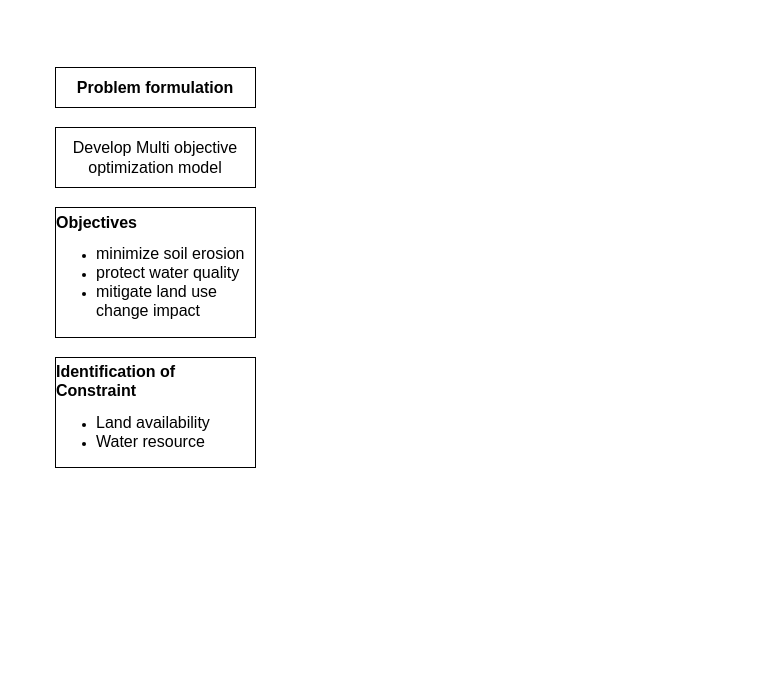
Above: Ojbective4.drawio in yemioke/PRISMA2020 (draw.io), before the change. Source tidied: cells renumbered, new cells numbered last; positions are measured from the earlier drawing's top-left corner, leaving out a move shared by most shapes. Both pictures are drawn from the tidied source at 100%, with x=0, y=0 at pixel (55, 67).
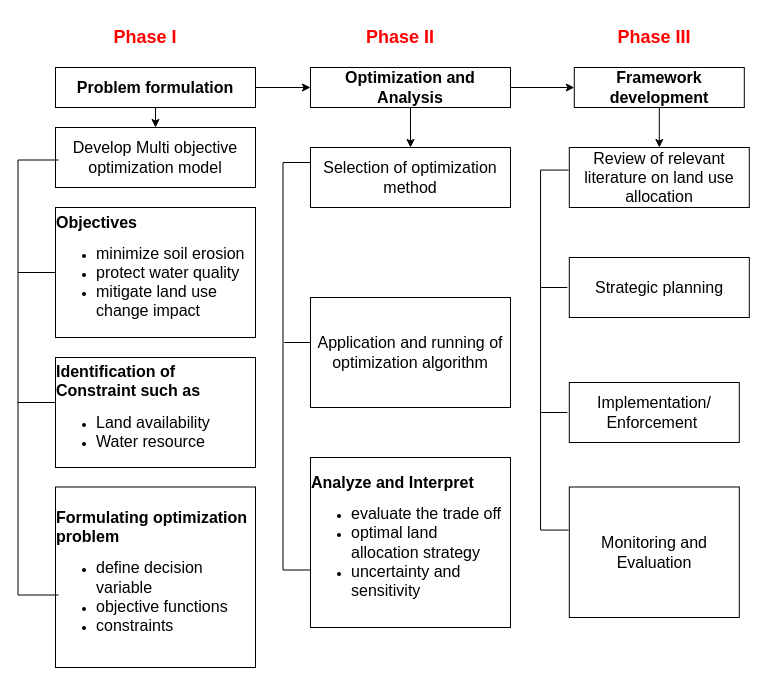
The same diagram, later.

The change refers to these unchanged cells:
```xml
<mxCell id="2" value="&lt;font style=&quot;font-size: 16px;&quot;&gt;Develop Multi objective optimization model&lt;/font&gt;" style="rounded=0;whiteSpace=wrap;html=1;" parent="1" vertex="1">
  <mxGeometry y="60" width="200" height="60" as="geometry" />
</mxCell>
<mxCell id="5" value="&lt;font style=&quot;font-size: 16px;&quot;&gt;&lt;b&gt;Problem formulation&lt;/b&gt;&lt;/font&gt;" style="rounded=0;whiteSpace=wrap;html=1;" parent="1" vertex="1">
  <mxGeometry width="200" height="40" as="geometry" />
</mxCell>
```

The edit, as a diff of the source:
```diff
@@
-    <mxCell id="4" value="&lt;div style=&quot;text-align: left;&quot;&gt;&lt;span style=&quot;font-size: 16px;&quot;&gt;&lt;b&gt;Identification of Constraint&lt;/b&gt;&lt;/span&gt;&lt;/div&gt;&lt;div&gt;&lt;ul&gt;&lt;li style=&quot;text-align: left;&quot;&gt;&lt;span style=&quot;font-size: 16px;&quot;&gt;Land availability&lt;/span&gt;&lt;/li&gt;&lt;li style=&quot;text-align: left;&quot;&gt;&lt;font size=&quot;3&quot;&gt;Water resource&lt;/font&gt;&lt;/li&gt;&lt;/ul&gt;&lt;/div&gt;" style="rounded=0;whiteSpace=wrap;html=1;" parent="1" vertex="1">
+    <mxCell id="4" value="&lt;div style=&quot;text-align: left;&quot;&gt;&lt;span style=&quot;font-size: 16px;&quot;&gt;&lt;b&gt;Identification of Constraint such as&lt;/b&gt;&lt;/span&gt;&lt;/div&gt;&lt;div&gt;&lt;ul&gt;&lt;li style=&quot;text-align: left;&quot;&gt;&lt;span style=&quot;font-size: 16px;&quot;&gt;Land availability&lt;/span&gt;&lt;/li&gt;&lt;li style=&quot;text-align: left;&quot;&gt;&lt;font size=&quot;3&quot;&gt;Water resource&lt;/font&gt;&lt;/li&gt;&lt;/ul&gt;&lt;/div&gt;" style="rounded=0;whiteSpace=wrap;html=1;" parent="1" vertex="1">
       <mxGeometry y="290" width="200" height="110" as="geometry" />
     </mxCell>
+    <mxCell id="6" style="edgeStyle=orthogonalEdgeStyle;rounded=0;jettySize=auto;html=1;exitX=0.5;exitY=1;exitDx=0;exitDy=0;entryX=0.5;entryY=0;entryDx=0;entryDy=0;" parent="1" edge="1" source="5" target="2">
+      <mxGeometry relative="1" as="geometry" />
+    </mxCell>
+    <mxCell id="7" style="edgeStyle=orthogonalEdgeStyle;rounded=0;jettySize=auto;html=1;exitX=1;exitY=0.5;exitDx=0;exitDy=0;" parent="1" edge="1" source="5" target="11">
+      <mxGeometry relative="1" as="geometry" />
+    </mxCell>
@@
+    <mxCell id="8" value="&lt;div style=&quot;text-align: left;&quot;&gt;&lt;span style=&quot;font-size: 16px;&quot;&gt;&lt;b&gt;Formulating optimization problem&lt;/b&gt;&lt;/span&gt;&lt;/div&gt;&lt;div&gt;&lt;ul&gt;&lt;li style=&quot;text-align: left;&quot;&gt;&lt;span style=&quot;font-size: 16px;&quot;&gt;define decision variable&lt;/span&gt;&lt;/li&gt;&lt;li style=&quot;text-align: left;&quot;&gt;&lt;font size=&quot;3&quot;&gt;objective functions&lt;/font&gt;&lt;/li&gt;&lt;li style=&quot;text-align: left;&quot;&gt;&lt;font size=&quot;3&quot;&gt;constraints&lt;/font&gt;&lt;/li&gt;&lt;/ul&gt;&lt;/div&gt;" style="rounded=0;whiteSpace=wrap;html=1;" parent="1" vertex="1">
+      <mxGeometry y="419.5" width="200" height="180.5" as="geometry" />
+    </mxCell>
+    <mxCell id="9" style="edgeStyle=orthogonalEdgeStyle;rounded=0;jettySize=auto;html=1;exitX=0.5;exitY=1;exitDx=0;exitDy=0;entryX=0.5;entryY=0;entryDx=0;entryDy=0;" parent="1" edge="1" source="11" target="12">
+      <mxGeometry relative="1" as="geometry" />
+    </mxCell>
+    <mxCell id="10" style="edgeStyle=orthogonalEdgeStyle;rounded=0;jettySize=auto;html=1;exitX=1;exitY=0.5;exitDx=0;exitDy=0;entryX=0;entryY=0.5;entryDx=0;entryDy=0;" parent="1" edge="1" source="11" target="29">
+      <mxGeometry relative="1" as="geometry" />
+    </mxCell>
+    <mxCell id="11" value="&lt;font style=&quot;font-size: 16px;&quot;&gt;&lt;b&gt;Optimization and Analysis&lt;/b&gt;&lt;/font&gt;" style="rounded=0;whiteSpace=wrap;html=1;" parent="1" vertex="1">
+      <mxGeometry x="255" width="200" height="40" as="geometry" />
+    </mxCell>
+    <mxCell id="12" value="&lt;font style=&quot;font-size: 16px;&quot;&gt;Selection of optimization method&lt;/font&gt;" style="rounded=0;whiteSpace=wrap;html=1;" parent="1" vertex="1">
+      <mxGeometry x="255" y="80" width="200" height="60" as="geometry" />
+    </mxCell>
+    <mxCell id="13" value="&lt;font style=&quot;font-size: 16px;&quot;&gt;Application and running of optimization algorithm&lt;/font&gt;" style="rounded=0;whiteSpace=wrap;html=1;" parent="1" vertex="1">
+      <mxGeometry x="255" y="230" width="200" height="110" as="geometry" />
+    </mxCell>
+    <mxCell id="14" value="&lt;div style=&quot;text-align: left;&quot;&gt;&lt;span style=&quot;font-size: 16px;&quot;&gt;&lt;b&gt;Analyze and Interpret&lt;/b&gt;&lt;/span&gt;&lt;/div&gt;&lt;div&gt;&lt;ul&gt;&lt;li style=&quot;text-align: left;&quot;&gt;&lt;span style=&quot;font-size: 16px;&quot;&gt;evaluate the trade off&lt;/span&gt;&lt;/li&gt;&lt;li style=&quot;text-align: left;&quot;&gt;&lt;font size=&quot;3&quot;&gt;optimal land allocation strategy&lt;/font&gt;&lt;/li&gt;&lt;li style=&quot;text-align: left;&quot;&gt;&lt;font size=&quot;3&quot;&gt;uncertainty and sensitivity&lt;/font&gt;&lt;/li&gt;&lt;/ul&gt;&lt;/div&gt;" style="rounded=0;whiteSpace=wrap;html=1;" parent="1" vertex="1">
+      <mxGeometry x="255" y="390" width="200" height="170" as="geometry" />
+    </mxCell>
+    <mxCell id="15" style="edgeStyle=orthogonalEdgeStyle;rounded=0;jettySize=auto;html=1;exitX=0.5;exitY=1;exitDx=0;exitDy=0;entryX=0.5;entryY=0;entryDx=0;entryDy=0;" parent="1" edge="1" source="29" target="16">
+      <mxGeometry relative="1" as="geometry" />
+    </mxCell>
+    <mxCell id="16" value="&lt;font style=&quot;font-size: 16px;&quot;&gt;Review of relevant literature on land use allocation&lt;/font&gt;" style="rounded=0;whiteSpace=wrap;html=1;" parent="1" vertex="1">
+      <mxGeometry x="513.8" y="80" width="180" height="60" as="geometry" />
+    </mxCell>
+    <mxCell id="17" value="&lt;font style=&quot;font-size: 16px;&quot;&gt;Strategic planning&lt;/font&gt;" style="rounded=0;whiteSpace=wrap;html=1;" parent="1" vertex="1">
+      <mxGeometry x="513.8" y="190" width="180" height="60" as="geometry" />
+    </mxCell>
+    <mxCell id="18" value="&lt;font style=&quot;font-size: 16px;&quot;&gt;Implementation/ Enforcement&amp;nbsp;&lt;/font&gt;" style="rounded=0;whiteSpace=wrap;html=1;" parent="1" vertex="1">
+      <mxGeometry x="513.8" y="315" width="170" height="60" as="geometry" />
+    </mxCell>
+    <mxCell id="19" value="&lt;font style=&quot;font-size: 16px;&quot;&gt;Monitoring and Evaluation&lt;/font&gt;" style="rounded=0;whiteSpace=wrap;html=1;" parent="1" vertex="1">
+      <mxGeometry x="513.8" y="419.5" width="170" height="130.5" as="geometry" />
+    </mxCell>
+    <mxCell id="20" value="&lt;font color=&quot;#ff0000&quot; style=&quot;font-size: 18px;&quot;&gt;&lt;b style=&quot;&quot;&gt;Phase I&lt;/b&gt;&lt;/font&gt;" style="rounded=0;whiteSpace=wrap;html=1;strokeColor=none;fillColor=none;" parent="1" vertex="1">
+      <mxGeometry x="-10" y="-50" width="200" height="40" as="geometry" />
+    </mxCell>
+    <mxCell id="21" value="&lt;font color=&quot;#ff0000&quot; style=&quot;font-size: 18px;&quot;&gt;&lt;b style=&quot;&quot;&gt;Phase II&lt;/b&gt;&lt;/font&gt;" style="rounded=0;whiteSpace=wrap;html=1;strokeColor=none;fillColor=none;" parent="1" vertex="1">
+      <mxGeometry x="245" y="-50" width="200" height="40" as="geometry" />
+    </mxCell>
+    <mxCell id="22" value="&lt;font color=&quot;#ff0000&quot; style=&quot;font-size: 18px;&quot;&gt;&lt;b style=&quot;&quot;&gt;Phase III&lt;/b&gt;&lt;/font&gt;" style="rounded=0;whiteSpace=wrap;html=1;strokeColor=none;fillColor=none;" parent="1" vertex="1">
+      <mxGeometry x="513.8" y="-50" width="170" height="40" as="geometry" />
+    </mxCell>
+    <mxCell id="23" style="shape=partialRectangle;whiteSpace=wrap;html=1;bottom=1;right=1;left=1;top=0;fillColor=none;routingCenterX=-0.5;rotation=90;" parent="1" vertex="1">
+      <mxGeometry x="-235" y="290" width="435" height="40" as="geometry" />
+    </mxCell>
+    <mxCell id="24" style="line;strokeWidth=1;html=1;" parent="1" vertex="1">
+      <mxGeometry x="-37.5" y="200" width="37.5" height="10" as="geometry" />
+    </mxCell>
+    <mxCell id="25" style="line;strokeWidth=1;html=1;" parent="1" vertex="1">
+      <mxGeometry x="-37.5" y="330" width="37.5" height="10" as="geometry" />
+    </mxCell>
+    <mxCell id="26" style="shape=partialRectangle;whiteSpace=wrap;html=1;bottom=1;right=1;left=1;top=0;fillColor=none;routingCenterX=-0.5;rotation=90;" parent="1" vertex="1">
+      <mxGeometry x="37.5" y="285" width="407.5" height="27.5" as="geometry" />
+    </mxCell>
+    <mxCell id="27" style="line;strokeWidth=1;html=1;" parent="1" vertex="1">
+      <mxGeometry x="228.8" y="270" width="26.2" height="10" as="geometry" />
+    </mxCell>
+    <mxCell id="28" style="shape=partialRectangle;whiteSpace=wrap;html=1;bottom=1;right=1;left=1;top=0;fillColor=none;routingCenterX=-0.5;rotation=90;" parent="1" vertex="1">
+      <mxGeometry x="318.8" y="268.8" width="360" height="27.5" as="geometry" />
+    </mxCell>
+    <mxCell id="29" value="&lt;font style=&quot;font-size: 16px;&quot;&gt;&lt;b&gt;Framework development&lt;/b&gt;&lt;/font&gt;" style="rounded=0;whiteSpace=wrap;html=1;" parent="1" vertex="1">
+      <mxGeometry x="518.8" width="170" height="40" as="geometry" />
+    </mxCell>
+    <mxCell id="30" style="line;strokeWidth=1;html=1;" parent="1" vertex="1">
+      <mxGeometry x="485.6" y="340" width="26.2" height="10" as="geometry" />
+    </mxCell>
+    <mxCell id="31" style="line;strokeWidth=1;html=1;" parent="1" vertex="1">
+      <mxGeometry x="485.6" y="215" width="26.2" height="10" as="geometry" />
+    </mxCell>
```
